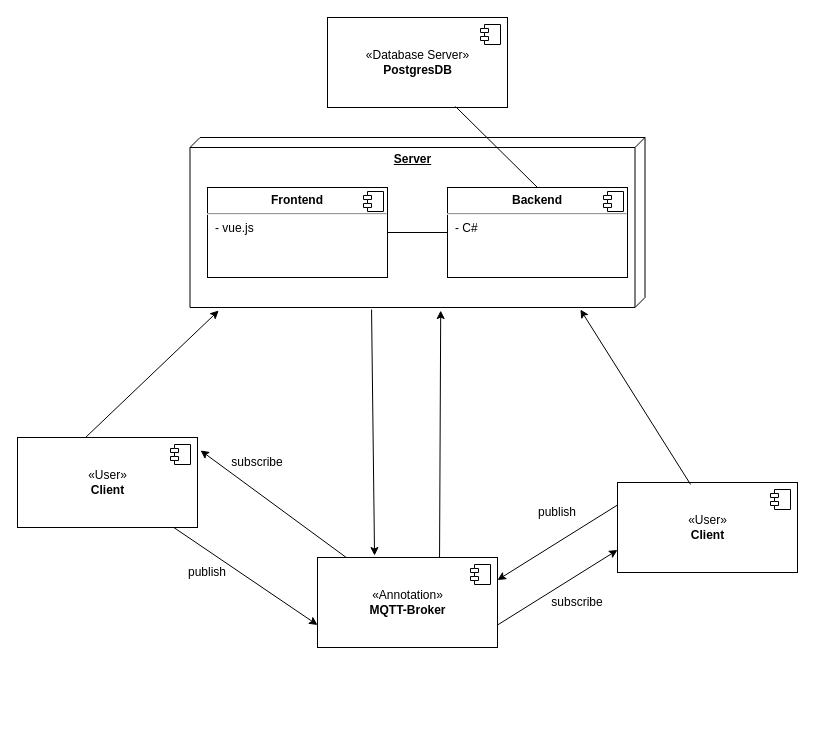
Above: docs/architecture.drawio in jwiedenmann/tin21-sem4-todo-list (draw.io), before the change. Source tidied: cells renumbered, new cells numbered last; positions are measured from the earlier drawing's top-left corner, leaving out a move shared by most shapes. Both pictures are drawn from the tidied source at 100%, with x=0, y=0 at pixel (17, 17).
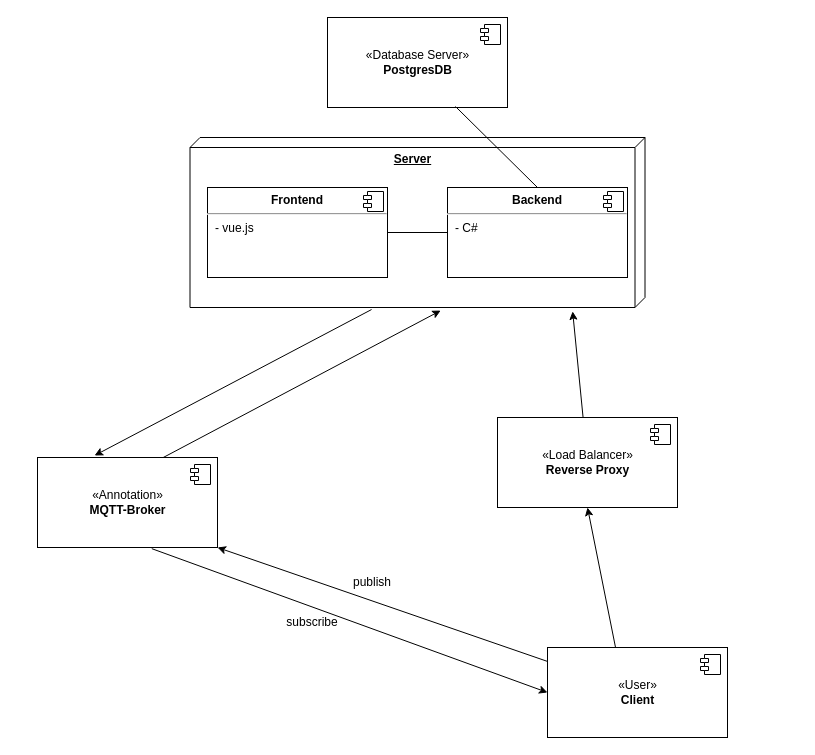
Above is the later version.

Commit message:
architecture design rework

Unchanged cells that the change refers to:
```xml
<mxCell id="10" value="&lt;b&gt;Server&lt;/b&gt;" style="verticalAlign=top;align=center;spacingTop=8;spacingLeft=2;spacingRight=12;shape=cube;size=10;direction=south;fontStyle=4;html=1;" parent="1" vertex="1">
  <mxGeometry x="172.5" y="120" width="455" height="170" as="geometry" />
</mxCell>
```

Change to the diagram source:
```diff
@@
-    <mxCell id="2" style="edgeStyle=none;html=1;entryX=0;entryY=0.75;entryDx=0;entryDy=0;" parent="1" edge="1" source="3" target="7">
+    <mxCell id="2" style="edgeStyle=none;html=1;entryX=1;entryY=1;entryDx=0;entryDy=0;" parent="1" edge="1" source="3" target="7">
       <mxGeometry relative="1" as="geometry" />
     </mxCell>
     <mxCell id="3" value="«User»&lt;br&gt;&lt;b&gt;Client&lt;/b&gt;" style="html=1;" parent="1" vertex="1">
-      <mxGeometry y="420" width="180" height="90" as="geometry" />
+      <mxGeometry x="530" y="630" width="180" height="90" as="geometry" />
     </mxCell>
@@
-    <mxCell id="5" style="edgeStyle=none;html=1;entryX=1.017;entryY=0.144;entryDx=0;entryDy=0;entryPerimeter=0;" parent="1" edge="1" source="7" target="3">
+    <mxCell id="5" style="edgeStyle=none;html=1;entryX=0;entryY=0.5;entryDx=0;entryDy=0;exitX=0.635;exitY=1.013;exitDx=0;exitDy=0;exitPerimeter=0;" parent="1" edge="1" source="7" target="3">
       <mxGeometry relative="1" as="geometry" />
     </mxCell>
@@
     <mxCell id="7" value="«Annotation»&lt;br&gt;&lt;b&gt;MQTT-Broker&lt;/b&gt;" style="html=1;" parent="1" vertex="1">
-      <mxGeometry x="300" y="540" width="180" height="90" as="geometry" />
+      <mxGeometry x="20" y="440" width="180" height="90" as="geometry" />
     </mxCell>
@@
-    <mxCell id="15" value="«User»&lt;br&gt;&lt;b&gt;Client&lt;/b&gt;" style="html=1;" parent="1" vertex="1">
-      <mxGeometry x="600" y="465" width="180" height="90" as="geometry" />
-    </mxCell>
-    <mxCell id="16" style="shape=module;jettyWidth=8;jettyHeight=4;" parent="15" vertex="1">
-      <mxGeometry x="1" width="20" height="20" relative="1" as="geometry">
-        <mxPoint x="-27" y="7" as="offset" />
-      </mxGeometry>
-    </mxCell>
@@
     <mxCell id="19" value="publish" style="text;html=1;strokeColor=none;fillColor=none;align=center;verticalAlign=middle;whiteSpace=wrap;rounded=0;" parent="1" vertex="1">
-      <mxGeometry x="160" y="540" width="60" height="30" as="geometry" />
+      <mxGeometry x="325" y="550" width="60" height="30" as="geometry" />
     </mxCell>
     <mxCell id="20" value="subscribe" style="text;html=1;strokeColor=none;fillColor=none;align=center;verticalAlign=middle;whiteSpace=wrap;rounded=0;" parent="1" vertex="1">
-      <mxGeometry x="210" y="430" width="60" height="30" as="geometry" />
+      <mxGeometry x="265" y="590" width="60" height="30" as="geometry" />
     </mxCell>
-    <mxCell id="21" style="endArrow=classic;html=1;exitX=0.378;exitY=0;exitDx=0;exitDy=0;exitPerimeter=0;entryX=1.018;entryY=0.937;entryDx=0;entryDy=0;entryPerimeter=0;" parent="1" edge="1" source="3" target="10">
+    <mxCell id="21" style="endArrow=classic;html=1;exitX=0.378;exitY=0;exitDx=0;exitDy=0;exitPerimeter=0;entryX=0.5;entryY=1;entryDx=0;entryDy=0;" parent="1" edge="1" source="3" target="29">
       <mxGeometry relative="1" as="geometry" />
     </mxCell>
-    <mxCell id="22" style="endArrow=classic;html=1;exitX=0.406;exitY=0.022;exitDx=0;exitDy=0;exitPerimeter=0;entryX=1.012;entryY=0.142;entryDx=0;entryDy=0;entryPerimeter=0;" parent="1" edge="1" source="15" target="10">
-      <mxGeometry relative="1" as="geometry" />
-    </mxCell>
@@
-    <mxCell id="25" style="endArrow=classic;html=1;exitX=1;exitY=0.75;exitDx=0;exitDy=0;entryX=0;entryY=0.75;entryDx=0;entryDy=0;" parent="1" edge="1" source="7" target="15">
-      <mxGeometry relative="1" as="geometry" />
-    </mxCell>
-    <mxCell id="26" style="endArrow=classic;html=1;exitX=0;exitY=0.25;exitDx=0;exitDy=0;entryX=1;entryY=0.25;entryDx=0;entryDy=0;" parent="1" edge="1" source="15" target="7">
-      <mxGeometry relative="1" as="geometry" />
-    </mxCell>
-    <mxCell id="27" value="publish" style="text;html=1;strokeColor=none;fillColor=none;align=center;verticalAlign=middle;whiteSpace=wrap;rounded=0;" parent="1" vertex="1">
-      <mxGeometry x="510" y="480" width="60" height="30" as="geometry" />
-    </mxCell>
-    <mxCell id="28" value="subscribe" style="text;html=1;strokeColor=none;fillColor=none;align=center;verticalAlign=middle;whiteSpace=wrap;rounded=0;" parent="1" vertex="1">
-      <mxGeometry x="530" y="570" width="60" height="30" as="geometry" />
-    </mxCell>
+    <mxCell id="29" value="«Load Balancer»&lt;br&gt;&lt;b&gt;Reverse Proxy&lt;/b&gt;" style="html=1;" parent="1" vertex="1">
+      <mxGeometry x="480" y="400" width="180" height="90" as="geometry" />
+    </mxCell>
+    <mxCell id="30" style="shape=module;jettyWidth=8;jettyHeight=4;" parent="29" vertex="1">
+      <mxGeometry x="1" width="20" height="20" relative="1" as="geometry">
+        <mxPoint x="-27" y="7" as="offset" />
+      </mxGeometry>
+    </mxCell>
+    <mxCell id="31" style="endArrow=classic;html=1;entryX=1.023;entryY=0.159;entryDx=0;entryDy=0;entryPerimeter=0;" parent="1" edge="1" source="29" target="10">
+      <mxGeometry relative="1" as="geometry" />
+    </mxCell>
```
